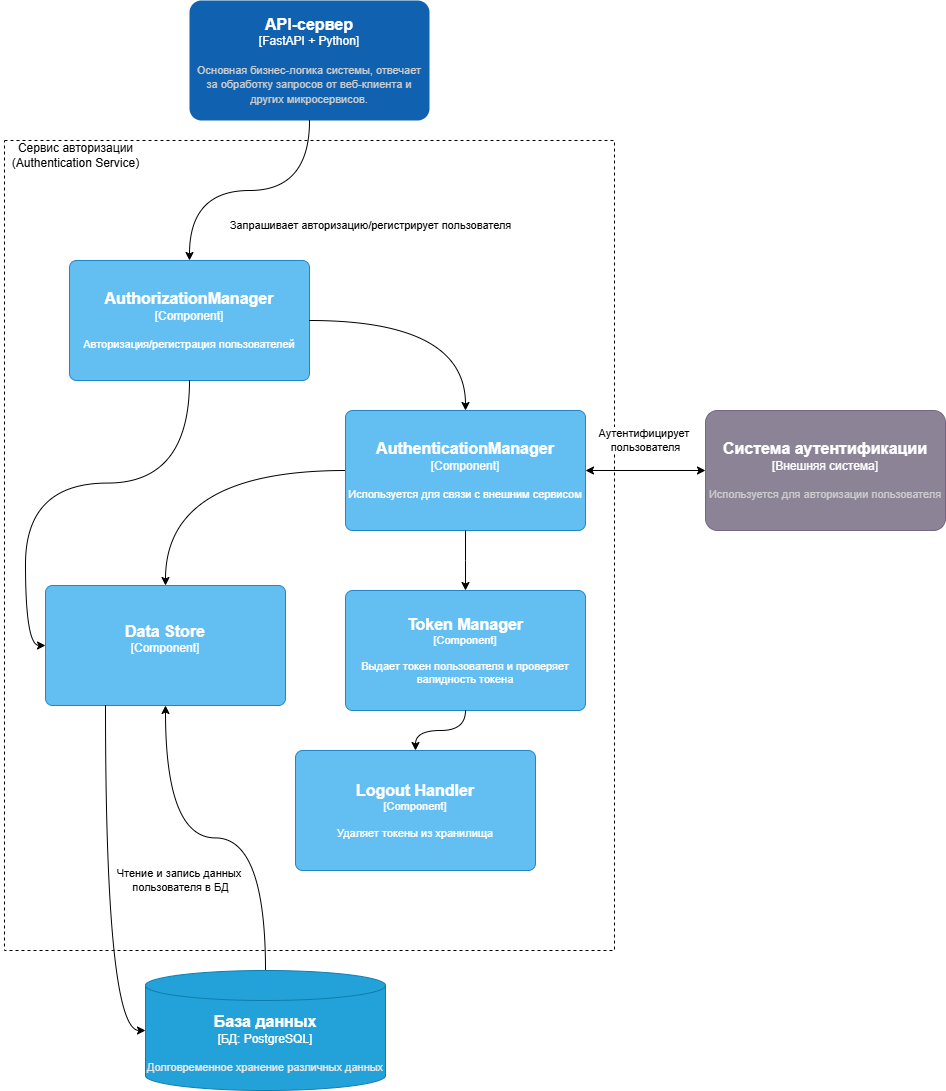
The draw.io diagram Lab Work №2/docs/Диаграмма компонентов(2).png in Clonn123/Software-Systems-Architecture-Design, before a commit. Source tidied: cells renumbered, new cells last; positions are measured from the earlier drawing's top-left corner, leaving out a move shared by most shapes. Source of this version:
```xml
<mxGraphModel>
  <root>
    <mxCell id="0" />
    <mxCell id="1" parent="0" />
    <object id="2" label="&lt;font style=&quot;font-size: 16px&quot;&gt;&lt;b&gt;%c4Name%&lt;/b&gt;&lt;/font&gt;&lt;div&gt;[%c4Type%]&lt;/div&gt;&lt;br&gt;&lt;div&gt;&lt;font style=&quot;font-size: 11px&quot;&gt;&lt;font color=&quot;#cccccc&quot;&gt;%c4Description%&lt;/font&gt;&lt;/div&gt;" c4Description="Основная бизнес-логика системы, отвечает за обработку запросов от веб-клиента и других микросервисов." c4Name="API-сервер" c4Type="FastAPI + Python" placeholders="1">
      <mxCell style="rounded=1;whiteSpace=wrap;html=1;labelBackgroundColor=none;fillColor=#1061B0;fontColor=#ffffff;align=center;arcSize=10;strokeColor=none;points=[[0.25,0,0],[0.5,0,0],[0.75,0,0],[1,0.25,0],[1,0.5,0],[1,0.75,0],[0.75,1,0],[0.5,1,0],[0.25,1,0],[0,0.75,0],[0,0.5,0],[0,0.25,0]];" parent="1" vertex="1">
        <mxGeometry x="189" width="240" height="120" as="geometry" />
      </mxCell>
    </object>
    <mxCell id="3" style="rounded=0;whiteSpace=wrap;html=1;fillColor=none;dashed=1;" parent="1" vertex="1">
      <mxGeometry x="4" y="140" width="610" height="810" as="geometry" />
    </mxCell>
    <mxCell id="4" value="Сервис авторизации&lt;div&gt;(Authentication Service)&lt;/div&gt;" style="text;html=1;align=center;verticalAlign=middle;strokeColor=none;fillColor=none;" parent="1" vertex="1">
      <mxGeometry y="135" width="150" height="40" as="geometry" />
    </mxCell>
    <object id="5" label="&lt;font style=&quot;font-size: 16px&quot;&gt;&lt;b&gt;%c4Name%&lt;/b&gt;&lt;/font&gt;&lt;div&gt;[%c4Type%]&lt;/div&gt;&lt;br&gt;&lt;div&gt;&lt;font style=&quot;font-size: 11px&quot;&gt;%c4Description%&lt;/font&gt;&lt;/div&gt;" c4Description="Авторизация/регистрация пользователей" c4Name="AuthorizationManager" c4Type="Component" placeholders="1">
      <mxCell style="rounded=1;whiteSpace=wrap;html=1;labelBackgroundColor=none;fillColor=#63BEF2;fontColor=#ffffff;align=center;arcSize=6;strokeColor=#2086C9;points=[[0.25,0,0],[0.5,0,0],[0.75,0,0],[1,0.25,0],[1,0.5,0],[1,0.75,0],[0.75,1,0],[0.5,1,0],[0.25,1,0],[0,0.75,0],[0,0.5,0],[0,0.25,0]];" parent="1" vertex="1">
        <mxGeometry x="69" y="260" width="240" height="120" as="geometry" />
      </mxCell>
    </object>
    <mxCell id="6" style="edgeStyle=orthogonalEdgeStyle;rounded=0;jettySize=auto;html=1;entryX=0.5;entryY=0;entryDx=0;entryDy=0;entryPerimeter=0;curved=1;" parent="1" edge="1" source="2" target="5">
      <mxGeometry relative="1" as="geometry" />
    </mxCell>
    <object id="7" label="&lt;font style=&quot;font-size: 16px&quot;&gt;&lt;b&gt;%c4Name%&lt;/b&gt;&lt;/font&gt;&lt;div&gt;[%c4Type%]&lt;/div&gt;&lt;br&gt;&lt;div&gt;&lt;font style=&quot;font-size: 11px&quot;&gt;&lt;font color=&quot;#cccccc&quot;&gt;%c4Description%&lt;/font&gt;&lt;/div&gt;" c4Description="Используется для авторизации пользователя" c4Name="Система аутентификации" c4Type="Внешняя система" placeholders="1">
      <mxCell style="rounded=1;whiteSpace=wrap;html=1;labelBackgroundColor=none;fillColor=#8C8496;fontColor=#ffffff;align=center;arcSize=10;strokeColor=#736782;points=[[0.25,0,0],[0.5,0,0],[0.75,0,0],[1,0.25,0],[1,0.5,0],[1,0.75,0],[0.75,1,0],[0.5,1,0],[0.25,1,0],[0,0.75,0],[0,0.5,0],[0,0.25,0]];" parent="1" vertex="1">
        <mxGeometry x="705" y="410" width="240" height="120" as="geometry" />
      </mxCell>
    </object>
    <object id="8" label="&lt;font style=&quot;font-size: 16px&quot;&gt;&lt;b&gt;%c4Name%&lt;/b&gt;&lt;/font&gt;&lt;div&gt;[%c4Type%:&amp;nbsp;%c4Technology%]&lt;/div&gt;&lt;br&gt;&lt;div&gt;&lt;font style=&quot;font-size: 11px&quot;&gt;&lt;font color=&quot;#E6E6E6&quot;&gt;%c4Description%&lt;/font&gt;&lt;/div&gt;" c4Description="Долговременное хранение различных данных" c4Name="База данных" c4Technology="PostgreSQL" c4Type="БД" placeholders="1">
      <mxCell style="shape=cylinder3;size=15;whiteSpace=wrap;html=1;boundedLbl=1;rounded=0;labelBackgroundColor=none;fillColor=#23A2D9;fontSize=12;fontColor=#ffffff;align=center;strokeColor=#0E7DAD;points=[[0.5,0,0],[1,0.25,0],[1,0.5,0],[1,0.75,0],[0.5,1,0],[0,0.75,0],[0,0.5,0],[0,0.25,0]];" parent="1" vertex="1">
        <mxGeometry x="145" y="970" width="240" height="120" as="geometry" />
      </mxCell>
    </object>
    <object id="9" label="&lt;font style=&quot;font-size: 16px&quot;&gt;&lt;b&gt;%c4Name%&lt;/b&gt;&lt;/font&gt;&lt;div&gt;[%c4Type%]&lt;/div&gt;&lt;br&gt;&lt;div&gt;&lt;font style=&quot;font-size: 11px&quot;&gt;&lt;/font&gt;&lt;/div&gt;" c4Description="Description of component role/responsibility." c4Name="Data Store" c4Type="Component" placeholders="1">
      <mxCell style="rounded=1;whiteSpace=wrap;html=1;labelBackgroundColor=none;fillColor=#63BEF2;fontColor=#ffffff;align=center;arcSize=6;strokeColor=#2086C9;points=[[0.25,0,0],[0.5,0,0],[0.75,0,0],[1,0.25,0],[1,0.5,0],[1,0.75,0],[0.75,1,0],[0.5,1,0],[0.25,1,0],[0,0.75,0],[0,0.5,0],[0,0.25,0]];" parent="1" vertex="1">
        <mxGeometry x="45" y="585" width="240" height="120" as="geometry" />
      </mxCell>
    </object>
    <object id="10" label="&lt;font style=&quot;font-size: 16px&quot;&gt;&lt;b&gt;%c4Name%&lt;/b&gt;&lt;/font&gt;&lt;div&gt;[%c4Type%]&lt;/div&gt;&lt;br&gt;&lt;div&gt;&lt;font style=&quot;font-size: 11px&quot;&gt;%c4Description%&lt;/font&gt;&lt;/div&gt;" c4Description="Используется для связи с внешним сервисом" c4Name="AuthenticationManager" c4Type="Component" placeholders="1">
      <mxCell style="rounded=1;whiteSpace=wrap;html=1;labelBackgroundColor=none;fillColor=#63BEF2;fontColor=#ffffff;align=center;arcSize=6;strokeColor=#2086C9;points=[[0.25,0,0],[0.5,0,0],[0.75,0,0],[1,0.25,0],[1,0.5,0],[1,0.75,0],[0.75,1,0],[0.5,1,0],[0.25,1,0],[0,0.75,0],[0,0.5,0],[0,0.25,0]];" parent="1" vertex="1">
        <mxGeometry x="345" y="410" width="240" height="120" as="geometry" />
      </mxCell>
    </object>
    <mxCell id="11" style="shape=connector;rounded=0;jettySize=auto;html=1;entryX=0;entryY=0.5;entryDx=0;entryDy=0;entryPerimeter=0;strokeColor=default;align=center;verticalAlign=middle;fontFamily=Helvetica;fontSize=11;fontColor=default;labelBackgroundColor=default;endArrow=classic;startArrow=classic;startFill=1;" parent="1" edge="1" source="10" target="7">
      <mxGeometry relative="1" as="geometry" />
    </mxCell>
    <mxCell id="12" style="edgeStyle=orthogonalEdgeStyle;shape=connector;curved=1;rounded=0;jettySize=auto;html=1;entryX=0.5;entryY=0;entryDx=0;entryDy=0;entryPerimeter=0;strokeColor=default;align=center;verticalAlign=middle;fontFamily=Helvetica;fontSize=11;fontColor=default;labelBackgroundColor=default;endArrow=classic;" parent="1" edge="1" source="10" target="9">
      <mxGeometry relative="1" as="geometry" />
    </mxCell>
    <mxCell id="13" style="edgeStyle=orthogonalEdgeStyle;shape=connector;curved=1;rounded=0;jettySize=auto;html=1;entryX=0.5;entryY=0;entryDx=0;entryDy=0;entryPerimeter=0;strokeColor=default;align=center;verticalAlign=middle;fontFamily=Helvetica;fontSize=11;fontColor=default;labelBackgroundColor=default;endArrow=classic;" parent="1" edge="1" source="5" target="10">
      <mxGeometry relative="1" as="geometry" />
    </mxCell>
    <mxCell id="14" style="edgeStyle=orthogonalEdgeStyle;shape=connector;curved=1;rounded=0;jettySize=auto;html=1;entryX=0;entryY=0.5;entryDx=0;entryDy=0;entryPerimeter=0;strokeColor=default;align=center;verticalAlign=middle;fontFamily=Helvetica;fontSize=11;fontColor=default;labelBackgroundColor=default;endArrow=classic;" parent="1" edge="1" source="5" target="9">
      <mxGeometry relative="1" as="geometry" />
    </mxCell>
    <mxCell id="15" style="edgeStyle=orthogonalEdgeStyle;shape=connector;curved=1;rounded=0;jettySize=auto;html=1;entryX=0;entryY=0.5;entryDx=0;entryDy=0;entryPerimeter=0;strokeColor=default;align=center;verticalAlign=middle;fontFamily=Helvetica;fontSize=11;fontColor=default;labelBackgroundColor=default;endArrow=classic;exitX=0.25;exitY=1;exitDx=0;exitDy=0;exitPerimeter=0;" parent="1" edge="1" source="9" target="8">
      <mxGeometry relative="1" as="geometry" />
    </mxCell>
    <mxCell id="16" value="Запрашивает авторизацию/регистрирует пользователя" style="text;html=1;align=center;verticalAlign=middle;strokeColor=none;fillColor=none;fontFamily=Helvetica;fontSize=11;fontColor=default;labelBackgroundColor=default;" parent="1" vertex="1">
      <mxGeometry x="215" y="210" width="310" height="30" as="geometry" />
    </mxCell>
    <mxCell id="17" value="Аутентифицирует&amp;nbsp;&lt;div&gt;пользователя&lt;/div&gt;" style="text;html=1;align=center;verticalAlign=middle;strokeColor=none;fillColor=none;fontFamily=Helvetica;fontSize=11;fontColor=default;labelBackgroundColor=default;" parent="1" vertex="1">
      <mxGeometry x="585" y="420" width="120" height="40" as="geometry" />
    </mxCell>
    <mxCell id="18" value="Чтение и запись данных&amp;nbsp;&lt;div&gt;пользователя в БД&lt;/div&gt;" style="text;html=1;align=center;verticalAlign=middle;strokeColor=none;fillColor=none;fontFamily=Helvetica;fontSize=11;fontColor=default;labelBackgroundColor=default;" parent="1" vertex="1">
      <mxGeometry x="105" y="860" width="150" height="40" as="geometry" />
    </mxCell>
    <mxCell id="19" style="edgeStyle=orthogonalEdgeStyle;shape=connector;curved=1;rounded=0;jettySize=auto;html=1;entryX=0.5;entryY=0;entryDx=0;entryDy=0;entryPerimeter=0;strokeColor=default;align=center;verticalAlign=middle;fontFamily=Helvetica;fontSize=11;fontColor=default;labelBackgroundColor=default;endArrow=classic;" parent="1" edge="1" source="10">
      <mxGeometry relative="1" as="geometry">
        <mxPoint x="465" y="590" as="targetPoint" />
      </mxGeometry>
    </mxCell>
    <object id="20" label="&lt;font style=&quot;font-size: 16px&quot;&gt;&lt;b&gt;%c4Name%&lt;/b&gt;&lt;/font&gt;&lt;div&gt;[%c4Type%]&lt;/div&gt;&lt;br&gt;&lt;div&gt;&lt;font style=&quot;font-size: 11px&quot;&gt;%c4Description%&lt;/font&gt;&lt;/div&gt;" c4Description="Выдает токен пользователя и проверяет валидность токена" c4Name="Token Manager" c4Type="Component" placeholders="1">
      <mxCell style="rounded=1;whiteSpace=wrap;html=1;labelBackgroundColor=none;fillColor=#63BEF2;fontColor=#ffffff;align=center;arcSize=6;strokeColor=#2086C9;points=[[0.25,0,0],[0.5,0,0],[0.75,0,0],[1,0.25,0],[1,0.5,0],[1,0.75,0],[0.75,1,0],[0.5,1,0],[0.25,1,0],[0,0.75,0],[0,0.5,0],[0,0.25,0]];fontFamily=Helvetica;fontSize=11;" parent="1" vertex="1">
        <mxGeometry x="345" y="590" width="240" height="120" as="geometry" />
      </mxCell>
    </object>
    <object id="21" label="&lt;font style=&quot;font-size: 16px&quot;&gt;&lt;b&gt;%c4Name%&lt;/b&gt;&lt;/font&gt;&lt;div&gt;[%c4Type%]&lt;/div&gt;&lt;br&gt;&lt;div&gt;&lt;font style=&quot;font-size: 11px&quot;&gt;%c4Description%&lt;/font&gt;&lt;/div&gt;" c4Description="Удаляет токены из хранилища" c4Name="Logout Handler" c4Type="Component" placeholders="1">
      <mxCell style="rounded=1;whiteSpace=wrap;html=1;labelBackgroundColor=none;fillColor=#63BEF2;fontColor=#ffffff;align=center;arcSize=6;strokeColor=#2086C9;points=[[0.25,0,0],[0.5,0,0],[0.75,0,0],[1,0.25,0],[1,0.5,0],[1,0.75,0],[0.75,1,0],[0.5,1,0],[0.25,1,0],[0,0.75,0],[0,0.5,0],[0,0.25,0]];fontFamily=Helvetica;fontSize=11;" parent="1" vertex="1">
        <mxGeometry x="295" y="750" width="240" height="120" as="geometry" />
      </mxCell>
    </object>
    <mxCell id="22" style="edgeStyle=orthogonalEdgeStyle;shape=connector;curved=1;rounded=0;jettySize=auto;html=1;entryX=0.5;entryY=0;entryDx=0;entryDy=0;entryPerimeter=0;strokeColor=default;align=center;verticalAlign=middle;fontFamily=Helvetica;fontSize=11;fontColor=default;labelBackgroundColor=default;endArrow=classic;" parent="1" edge="1" source="20" target="21">
      <mxGeometry relative="1" as="geometry" />
    </mxCell>
    <mxCell id="23" style="edgeStyle=orthogonalEdgeStyle;shape=connector;curved=1;rounded=0;jettySize=auto;html=1;entryX=0.5;entryY=1;entryDx=0;entryDy=0;entryPerimeter=0;strokeColor=default;align=center;verticalAlign=middle;fontFamily=Helvetica;fontSize=11;fontColor=default;labelBackgroundColor=default;endArrow=classic;" parent="1" edge="1" source="8" target="9">
      <mxGeometry relative="1" as="geometry" />
    </mxCell>
  </root>
</mxGraphModel>
```
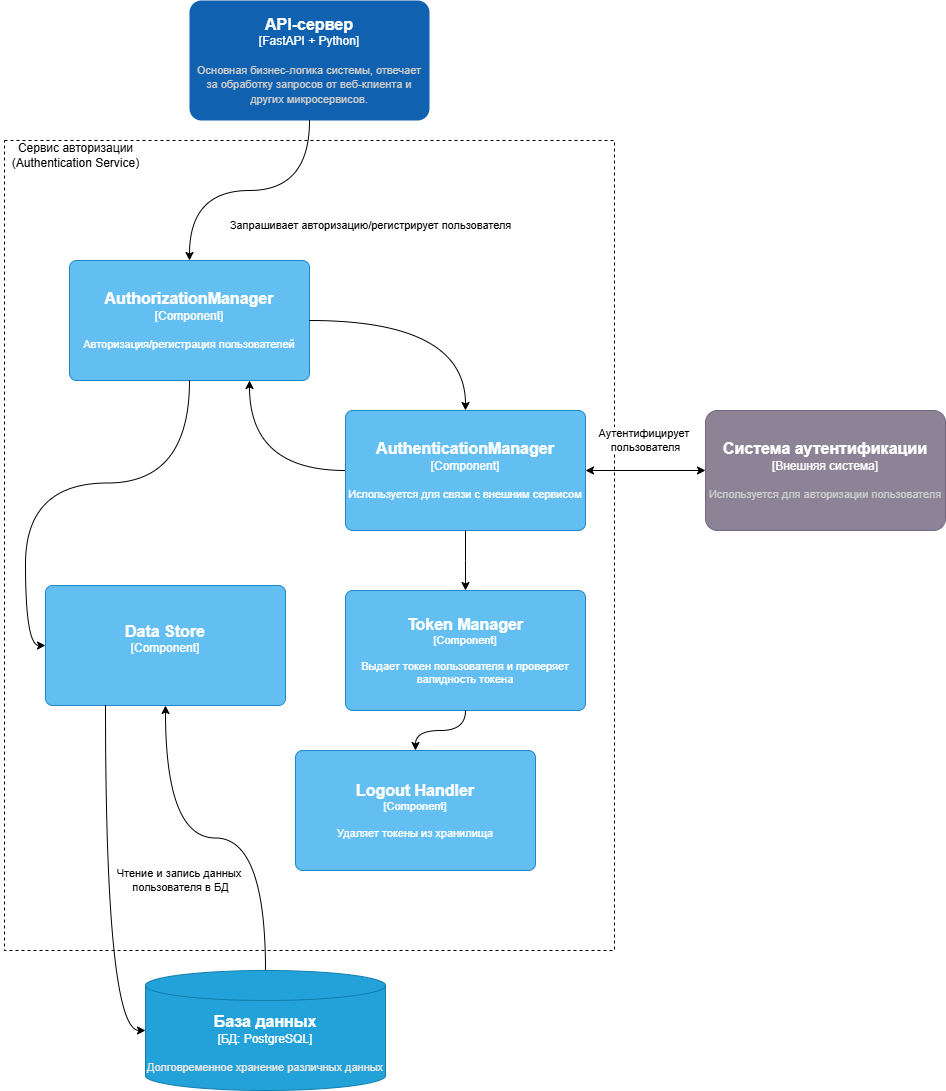
The same file after the commit.

Change to the diagram source:
```diff
@@ -44,7 +44,7 @@
     <mxCell id="11" style="shape=connector;rounded=0;jettySize=auto;html=1;entryX=0;entryY=0.5;entryDx=0;entryDy=0;entryPerimeter=0;strokeColor=default;align=center;verticalAlign=middle;fontFamily=Helvetica;fontSize=11;fontColor=default;labelBackgroundColor=default;endArrow=classic;startArrow=classic;startFill=1;" parent="1" edge="1" source="10" target="7">
       <mxGeometry relative="1" as="geometry" />
     </mxCell>
-    <mxCell id="12" style="edgeStyle=orthogonalEdgeStyle;shape=connector;curved=1;rounded=0;jettySize=auto;html=1;entryX=0.5;entryY=0;entryDx=0;entryDy=0;entryPerimeter=0;strokeColor=default;align=center;verticalAlign=middle;fontFamily=Helvetica;fontSize=11;fontColor=default;labelBackgroundColor=default;endArrow=classic;" parent="1" edge="1" source="10" target="9">
+    <mxCell id="12" style="edgeStyle=orthogonalEdgeStyle;shape=connector;curved=1;rounded=0;jettySize=auto;html=1;entryX=0.75;entryY=1;entryDx=0;entryDy=0;entryPerimeter=0;strokeColor=default;align=center;verticalAlign=middle;fontFamily=Helvetica;fontSize=11;fontColor=default;labelBackgroundColor=default;endArrow=classic;" parent="1" edge="1" source="10" target="5">
       <mxGeometry relative="1" as="geometry" />
     </mxCell>
     <mxCell id="13" style="edgeStyle=orthogonalEdgeStyle;shape=connector;curved=1;rounded=0;jettySize=auto;html=1;entryX=0.5;entryY=0;entryDx=0;entryDy=0;entryPerimeter=0;strokeColor=default;align=center;verticalAlign=middle;fontFamily=Helvetica;fontSize=11;fontColor=default;labelBackgroundColor=default;endArrow=classic;" parent="1" edge="1" source="5" target="10">
```
